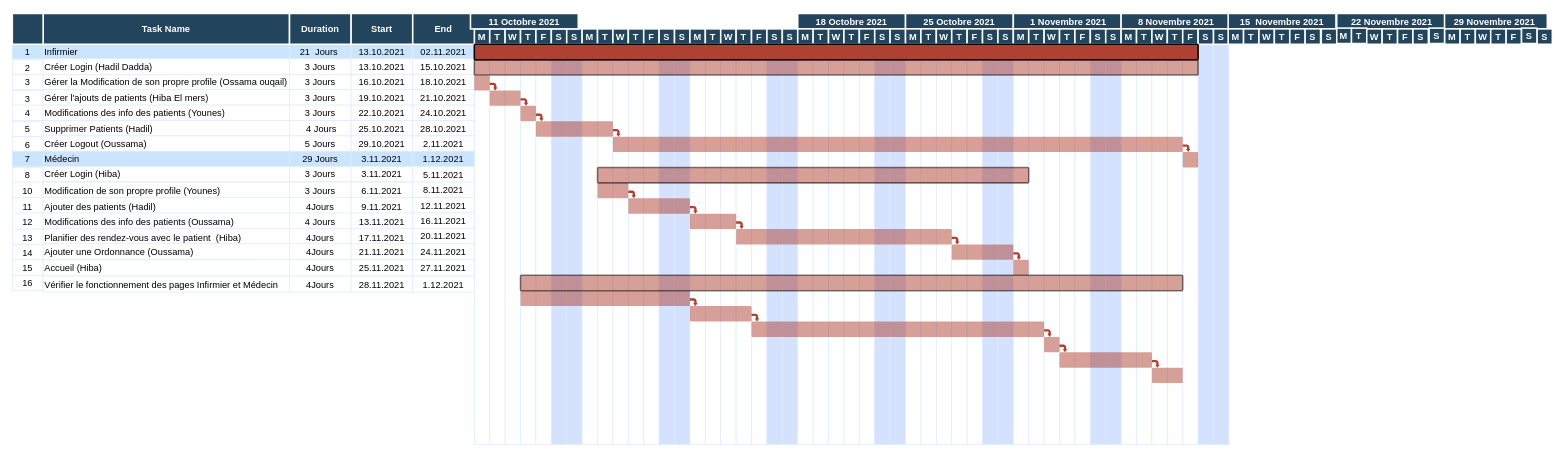
Above: Untitled Diagram.drawio in HadilDadda/Exercice1 (draw.io), before the change. Source tidied: cells renumbered, new cells numbered last; positions are measured from the earlier drawing's top-left corner, leaving out a move shared by most shapes. Both pictures are drawn from the tidied source at 77%, with x=0, y=0 at pixel (12, 13).
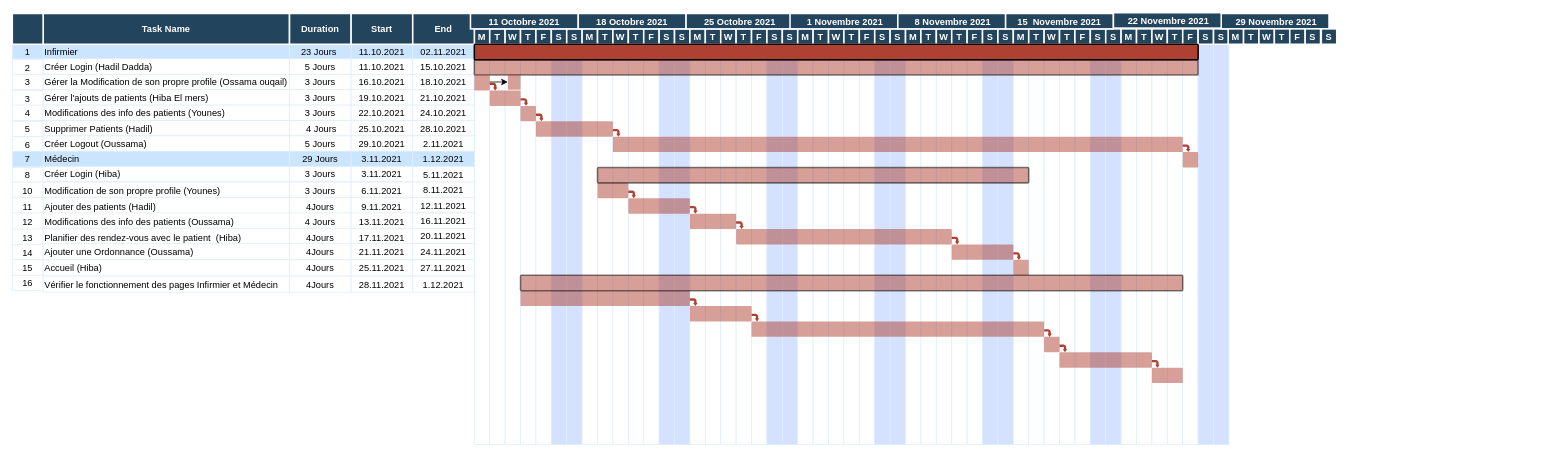
Above is the later version.

The change refers to these unchanged cells:
```xml
<mxCell id="183" style="shape=mxgraph.flowchart.process;fillColor=#AE4132;strokeColor=none;strokeWidth=2;opacity=50;" parent="1" vertex="1">
  <mxGeometry x="600.5" y="80" width="20" height="20" as="geometry" />
</mxCell>
```

The edit, as a diff of the source:
```diff
@@
-    <mxCell id="5" value="21  Jours " style="strokeColor=#DEEDFF;fillColor=#CCE5FF;" parent="1" vertex="1">
+    <mxCell id="5" value="23 Jours " style="strokeColor=#DEEDFF;fillColor=#CCE5FF;" parent="1" vertex="1">
       <mxGeometry x="360.5" y="39" width="80" height="20" as="geometry" />
     </mxCell>
-    <mxCell id="6" value="13.10.2021" style="strokeColor=#DEEDFF;fillColor=#CCE5FF;" parent="1" vertex="1">
+    <mxCell id="6" value="11.10.2021" style="strokeColor=#DEEDFF;fillColor=#CCE5FF;" parent="1" vertex="1">
       <mxGeometry x="440.5" y="39" width="80" height="20" as="geometry" />
     </mxCell>
@@
-    <mxCell id="10" value="3 Jours" style="strokeColor=#DEEDFF;" parent="1" vertex="1">
+    <mxCell id="10" value="5 Jours" style="strokeColor=#DEEDFF;" parent="1" vertex="1">
       <mxGeometry x="360.5" y="59" width="80" height="20" as="geometry" />
     </mxCell>
-    <mxCell id="11" value="13.10.2021" style="strokeColor=#DEEDFF;" parent="1" vertex="1">
+    <mxCell id="11" value="11.10.2021" style="strokeColor=#DEEDFF;" parent="1" vertex="1">
       <mxGeometry x="440.5" y="59" width="80" height="20" as="geometry" />
     </mxCell>
@@
     <mxCell id="149" value="18 Octobre 2021" style="fillColor=#23445D;strokeColor=#FFFFFF;strokeWidth=2;fontColor=#FFFFFF;fontStyle=1;" parent="1" vertex="1">
-      <mxGeometry x="1020.5" width="140" height="20" as="geometry" />
+      <mxGeometry x="735.5" width="140" height="20" as="geometry" />
     </mxCell>
@@
     <mxCell id="157" value="25 Octobre 2021" style="fillColor=#23445D;strokeColor=#FFFFFF;strokeWidth=2;fontColor=#FFFFFF;fontStyle=1;" parent="1" vertex="1">
-      <mxGeometry x="1160.5" width="140" height="20" as="geometry" />
+      <mxGeometry x="875.5" width="140" height="20" as="geometry" />
     </mxCell>
@@
     <mxCell id="165" value=" 1 Novembre 2021" style="fillColor=#23445D;strokeColor=#FFFFFF;strokeWidth=2;fontColor=#FFFFFF;fontStyle=1;" parent="1" vertex="1">
-      <mxGeometry x="1300.5" width="140" height="20" as="geometry" />
+      <mxGeometry x="1010.5" width="140" height="20" as="geometry" />
     </mxCell>
@@
     <mxCell id="173" value=" 8 Novembre 2021" style="fillColor=#23445D;strokeColor=#FFFFFF;strokeWidth=2;fontColor=#FFFFFF;fontStyle=1;" parent="1" vertex="1">
-      <mxGeometry x="1440.5" width="140" height="20" as="geometry" />
+      <mxGeometry x="1150.5" width="140" height="20" as="geometry" />
     </mxCell>
@@
+    <mxCell id="252" style="edgeStyle=orthogonalEdgeStyle;rounded=0;jettySize=auto;html=1;" parent="1" edge="1" source="183" target="253">
+      <mxGeometry relative="1" as="geometry">
+        <Array as="points">
+          <mxPoint x="624" y="89" />
+          <mxPoint x="624" y="89" />
+        </Array>
+      </mxGeometry>
+    </mxCell>
@@
     <mxCell id="218" value="15  Novembre 2021" style="fillColor=#23445D;strokeColor=#FFFFFF;strokeWidth=2;fontColor=#FFFFFF;fontStyle=1;" parent="1" vertex="1">
-      <mxGeometry x="1579.5" width="140" height="20" as="geometry" />
+      <mxGeometry x="1290.5" width="140" height="20" as="geometry" />
     </mxCell>
     <mxCell id="219" value=" 29 Novembre 2021" style="fillColor=#23445D;strokeColor=#FFFFFF;strokeWidth=2;fontColor=#FFFFFF;fontStyle=1;" parent="1" vertex="1">
-      <mxGeometry x="1854" width="140" height="20" as="geometry" />
+      <mxGeometry x="1570.5" width="140" height="20" as="geometry" />
     </mxCell>
     <mxCell id="220" value=" 22 Novembre 2021" style="fillColor=#23445D;strokeColor=#FFFFFF;strokeWidth=2;fontColor=#FFFFFF;fontStyle=1;" parent="1" vertex="1">
-      <mxGeometry x="1720.5" width="140" height="20" as="geometry" />
+      <mxGeometry x="1430.5" y="-1" width="140" height="20" as="geometry" />
     </mxCell>
@@
-    <mxCell id="222" value="T" style="fillColor=#23445D;strokeColor=#FFFFFF;strokeWidth=2;fontColor=#FFFFFF;fontStyle=1;" parent="1" vertex="1">
-      <mxGeometry x="1739.5" y="19" width="20" height="20" as="geometry" />
-    </mxCell>
-    <mxCell id="223" value="T" style="fillColor=#23445D;strokeColor=#FFFFFF;strokeWidth=2;fontColor=#FFFFFF;fontStyle=1;" parent="1" vertex="1">
-      <mxGeometry x="1880.5" y="20" width="20" height="20" as="geometry" />
-    </mxCell>
@@
-    <mxCell id="225" value="M" style="fillColor=#23445D;strokeColor=#FFFFFF;strokeWidth=2;fontColor=#FFFFFF;fontStyle=1;" parent="1" vertex="1">
-      <mxGeometry x="1860.5" y="20" width="20" height="20" as="geometry" />
-    </mxCell>
-    <mxCell id="226" value="M" style="fillColor=#23445D;strokeColor=#FFFFFF;strokeWidth=2;fontColor=#FFFFFF;fontStyle=1;" parent="1" vertex="1">
-      <mxGeometry x="1719.5" y="19" width="20" height="20" as="geometry" />
-    </mxCell>
-    <mxCell id="227" value="W" style="fillColor=#23445D;strokeColor=#FFFFFF;strokeWidth=2;fontColor=#FFFFFF;fontStyle=1;" parent="1" vertex="1">
-      <mxGeometry x="1900.5" y="20" width="20" height="20" as="geometry" />
-    </mxCell>
-    <mxCell id="228" value="W" style="fillColor=#23445D;strokeColor=#FFFFFF;strokeWidth=2;fontColor=#FFFFFF;fontStyle=1;" parent="1" vertex="1">
-      <mxGeometry x="1759.5" y="20" width="20" height="20" as="geometry" />
-    </mxCell>
@@
-    <mxCell id="230" value="T" style="fillColor=#23445D;strokeColor=#FFFFFF;strokeWidth=2;fontColor=#FFFFFF;fontStyle=1;" parent="1" vertex="1">
-      <mxGeometry x="1920.5" y="20" width="20" height="20" as="geometry" />
-    </mxCell>
-    <mxCell id="231" value="T" style="fillColor=#23445D;strokeColor=#FFFFFF;strokeWidth=2;fontColor=#FFFFFF;fontStyle=1;" parent="1" vertex="1">
-      <mxGeometry x="1779.5" y="20" width="20" height="20" as="geometry" />
-    </mxCell>
@@
-    <mxCell id="233" value="F" style="fillColor=#23445D;strokeColor=#FFFFFF;strokeWidth=2;fontColor=#FFFFFF;fontStyle=1;" parent="1" vertex="1">
-      <mxGeometry x="1940.5" y="20" width="20" height="20" as="geometry" />
-    </mxCell>
-    <mxCell id="234" value="F" style="fillColor=#23445D;strokeColor=#FFFFFF;strokeWidth=2;fontColor=#FFFFFF;fontStyle=1;" parent="1" vertex="1">
-      <mxGeometry x="1799.5" y="20" width="20" height="20" as="geometry" />
-    </mxCell>
@@
-    <mxCell id="237" value="S" style="fillColor=#23445D;strokeColor=#FFFFFF;strokeWidth=2;fontColor=#FFFFFF;fontStyle=1;" parent="1" vertex="1">
-      <mxGeometry x="1980.5" y="20" width="20" height="20" as="geometry" />
-    </mxCell>
-    <mxCell id="238" value="S" style="fillColor=#23445D;strokeColor=#FFFFFF;strokeWidth=2;fontColor=#FFFFFF;fontStyle=1;" parent="1" vertex="1">
-      <mxGeometry x="1960.5" y="19" width="20" height="20" as="geometry" />
-    </mxCell>
-    <mxCell id="239" value="S" style="fillColor=#23445D;strokeColor=#FFFFFF;strokeWidth=2;fontColor=#FFFFFF;fontStyle=1;" parent="1" vertex="1">
-      <mxGeometry x="1840.5" y="19" width="20" height="20" as="geometry" />
-    </mxCell>
-    <mxCell id="240" value="S" style="fillColor=#23445D;strokeColor=#FFFFFF;strokeWidth=2;fontColor=#FFFFFF;fontStyle=1;" parent="1" vertex="1">
-      <mxGeometry x="1819.5" y="20" width="20" height="20" as="geometry" />
-    </mxCell>
@@
+    <mxCell id="253" style="shape=mxgraph.flowchart.process;fillColor=#AE4132;strokeColor=none;strokeWidth=2;opacity=50;" parent="1" vertex="1">
+      <mxGeometry x="644" y="79" width="16.5" height="20" as="geometry" />
+    </mxCell>
```
